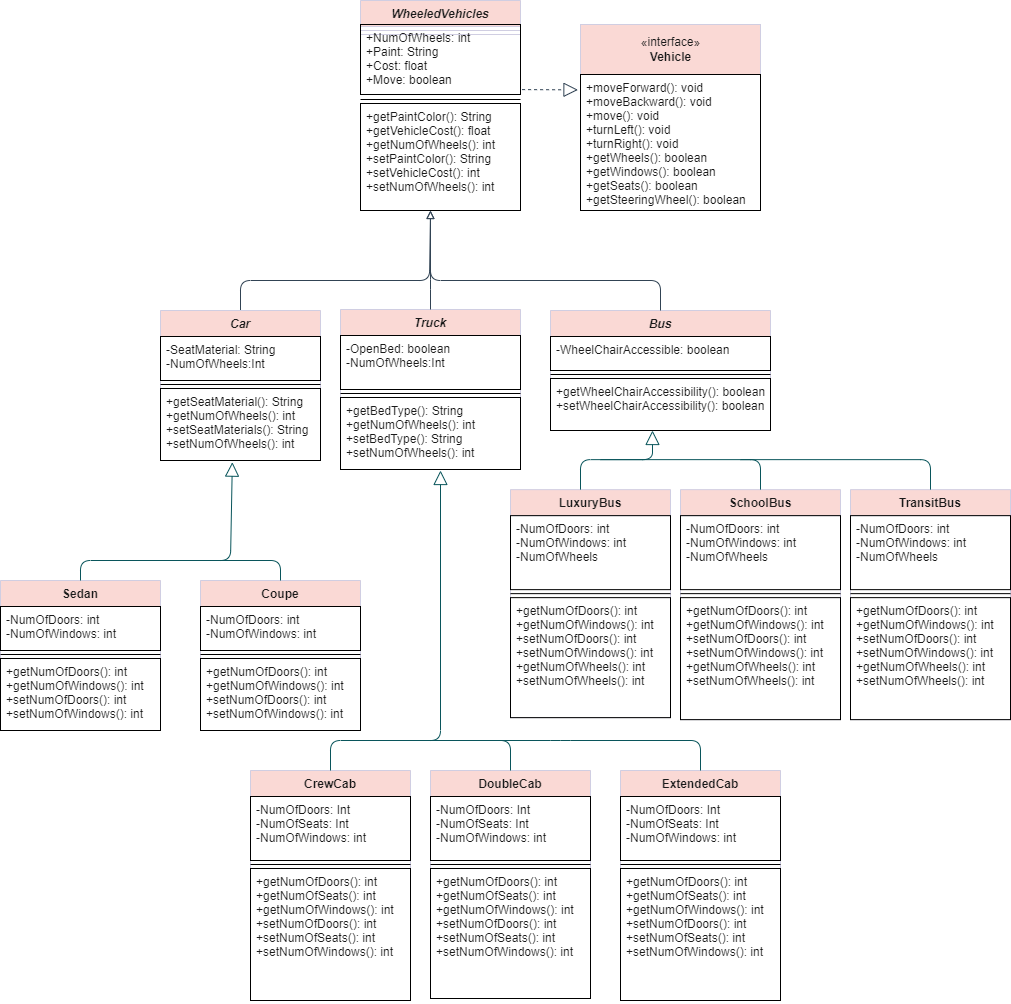
Before: oop/WheeledVehiclesClass UMLDiagram.png, a diagram exported from draw.io (c0l3yni/tekcamp). Source tidied: cells renumbered, new cells last; positions are measured from the earlier drawing's top-left corner, leaving out a move shared by most shapes.
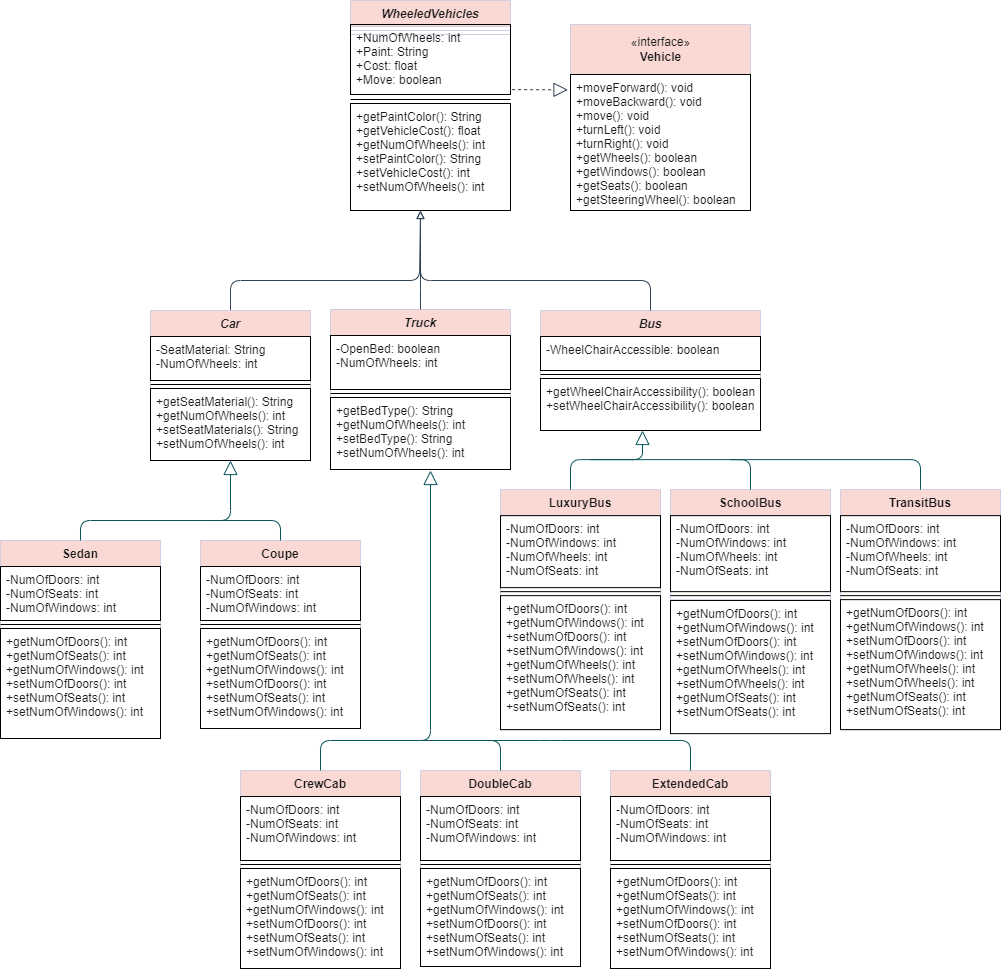
The same file after the commit.

Commit message:
rewrote all Int as int and changed box spacing

The edit, as a diff of the source:
```diff
@@ -26,7 +26,7 @@
     <mxCell id="7" value="Car" style="swimlane;fontStyle=3;align=center;verticalAlign=top;horizontal=1;startSize=26;fillColor=#FAD9D5;strokeColor=#D0CEE2;fontColor=#1A1A1A;rounded=0;" parent="1" vertex="1">
       <mxGeometry x="160" y="310" width="160" height="150" as="geometry" />
     </mxCell>
-    <mxCell id="8" value="-SeatMaterial: String&#10;-NumOfWheels:Int" style="text;strokeColor=default;fillColor=none;align=left;verticalAlign=top;spacingLeft=4;spacingRight=4;overflow=hidden;fontColor=#1A1A1A;rounded=0;" parent="7" vertex="1">
+    <mxCell id="8" value="-SeatMaterial: String&#10;-NumOfWheels: int" style="text;strokeColor=default;fillColor=none;align=left;verticalAlign=top;spacingLeft=4;spacingRight=4;overflow=hidden;fontColor=#1A1A1A;rounded=0;" parent="7" vertex="1">
       <mxGeometry y="26" width="160" height="44" as="geometry" />
     </mxCell>
     <mxCell id="9" style="line;strokeWidth=1;fillColor=none;align=left;verticalAlign=middle;spacingTop=-1;spacingLeft=3;spacingRight=3;labelPosition=right;fontColor=#1A1A1A;" parent="7" vertex="1">
@@ -38,7 +38,7 @@
     <mxCell id="11" value="Truck" style="swimlane;fontStyle=3;align=center;verticalAlign=top;horizontal=1;startSize=26;fillColor=#FAD9D5;strokeColor=#D0CEE2;fontColor=#1A1A1A;rounded=0;" parent="1" vertex="1">
       <mxGeometry x="340" y="309" width="180" height="160" as="geometry" />
     </mxCell>
-    <mxCell id="12" value="-OpenBed: boolean&#10;-NumOfWheels:Int" style="text;strokeColor=default;fillColor=none;align=left;verticalAlign=top;spacingLeft=4;spacingRight=4;overflow=hidden;fontColor=#1A1A1A;rounded=0;" parent="11" vertex="1">
+    <mxCell id="12" value="-OpenBed: boolean&#10;-NumOfWheels: int" style="text;strokeColor=default;fillColor=none;align=left;verticalAlign=top;spacingLeft=4;spacingRight=4;overflow=hidden;fontColor=#1A1A1A;rounded=0;" parent="11" vertex="1">
       <mxGeometry y="26" width="180" height="54" as="geometry" />
     </mxCell>
     <mxCell id="13" style="line;strokeWidth=1;fillColor=none;align=left;verticalAlign=middle;spacingTop=-1;spacingLeft=3;spacingRight=3;labelPosition=right;fontColor=#1A1A1A;" parent="11" vertex="1">
@@ -66,68 +66,69 @@
       </mxGeometry>
     </mxCell>
     <mxCell id="19" value="Sedan" style="swimlane;fontStyle=1;align=center;verticalAlign=top;horizontal=1;startSize=26;fontColor=#1A1A1A;strokeColor=#D0CEE2;fillColor=#FAD9D5;" parent="1" vertex="1">
-      <mxGeometry y="580" width="160" height="150" as="geometry" />
+      <mxGeometry x="10" y="540" width="160" height="198" as="geometry" />
     </mxCell>
-    <mxCell id="20" value="-NumOfDoors: int&#10;-NumOfWindows: int" style="text;strokeColor=default;fillColor=none;align=left;verticalAlign=top;spacingLeft=4;spacingRight=4;overflow=hidden;fontColor=#1A1A1A;" parent="19" vertex="1">
-      <mxGeometry y="26" width="160" height="44" as="geometry" />
+    <mxCell id="20" value="-NumOfDoors: int&#10;-NumOfSeats: int&#10;-NumOfWindows: int" style="text;strokeColor=default;fillColor=none;align=left;verticalAlign=top;spacingLeft=4;spacingRight=4;overflow=hidden;fontColor=#1A1A1A;" parent="19" vertex="1">
+      <mxGeometry y="26" width="160" height="54" as="geometry" />
     </mxCell>
     <mxCell id="21" style="line;strokeWidth=1;fillColor=none;align=left;verticalAlign=middle;spacingTop=-1;spacingLeft=3;spacingRight=3;labelPosition=right;fontColor=#1A1A1A;" parent="19" vertex="1">
-      <mxGeometry y="70" width="160" height="8" as="geometry" />
+      <mxGeometry y="80" width="160" height="8" as="geometry" />
     </mxCell>
-    <mxCell id="22" value="+getNumOfDoors(): int&#10;+getNumOfWindows(): int&#10;+setNumOfDoors(): int&#10;+setNumOfWindows(): int" style="text;strokeColor=default;fillColor=none;align=left;verticalAlign=top;spacingLeft=4;spacingRight=4;overflow=hidden;fontColor=#1A1A1A;" parent="19" vertex="1">
-      <mxGeometry y="78" width="160" height="72" as="geometry" />
+    <mxCell id="22" value="+getNumOfDoors(): int&#10;+getNumOfSeats(): int&#10;+getNumOfWindows(): int&#10;+setNumOfDoors(): int&#10;+setNumOfSeats(): int&#10;+setNumOfWindows(): int" style="text;strokeColor=default;fillColor=none;align=left;verticalAlign=top;spacingLeft=4;spacingRight=4;overflow=hidden;fontColor=#1A1A1A;" parent="19" vertex="1">
+      <mxGeometry y="88" width="160" height="110" as="geometry" />
     </mxCell>
     <mxCell id="23" value="Coupe" style="swimlane;fontStyle=1;align=center;verticalAlign=top;horizontal=1;startSize=26;fontColor=#1A1A1A;strokeColor=#D0CEE2;fillColor=#FAD9D5;" parent="1" vertex="1">
-      <mxGeometry x="200" y="580" width="160" height="150" as="geometry" />
+      <mxGeometry x="210" y="540" width="160" height="188" as="geometry" />
     </mxCell>
-    <mxCell id="24" value="-NumOfDoors: int&#10;-NumOfWindows: int" style="text;strokeColor=default;fillColor=none;align=left;verticalAlign=top;spacingLeft=4;spacingRight=4;overflow=hidden;fontColor=#1A1A1A;" parent="23" vertex="1">
-      <mxGeometry y="26" width="160" height="44" as="geometry" />
+    <mxCell id="24" value="-NumOfDoors: int&#10;-NumOfSeats: int&#10;-NumOfWindows: int" style="text;strokeColor=default;fillColor=none;align=left;verticalAlign=top;spacingLeft=4;spacingRight=4;overflow=hidden;fontColor=#1A1A1A;" parent="23" vertex="1">
+      <mxGeometry y="26" width="160" height="54" as="geometry" />
     </mxCell>
     <mxCell id="25" style="line;strokeWidth=1;fillColor=none;align=left;verticalAlign=middle;spacingTop=-1;spacingLeft=3;spacingRight=3;labelPosition=right;fontColor=#1A1A1A;" parent="23" vertex="1">
-      <mxGeometry y="70" width="160" height="8" as="geometry" />
+      <mxGeometry y="80" width="160" height="8" as="geometry" />
     </mxCell>
-    <mxCell id="26" value="+getNumOfDoors(): int&#10;+getNumOfWindows(): int&#10;+setNumOfDoors(): int&#10;+setNumOfWindows(): int" style="text;strokeColor=default;fillColor=none;align=left;verticalAlign=top;spacingLeft=4;spacingRight=4;overflow=hidden;fontColor=#1A1A1A;" parent="23" vertex="1">
-      <mxGeometry y="78" width="160" height="72" as="geometry" />
+    <mxCell id="26" value="+getNumOfDoors(): int&#10;+getNumOfSeats(): int&#10;+getNumOfWindows(): int&#10;+setNumOfDoors(): int&#10;+setNumOfSeats(): int&#10;+setNumOfWindows(): int" style="text;strokeColor=default;fillColor=none;align=left;verticalAlign=top;spacingLeft=4;spacingRight=4;overflow=hidden;fontColor=#1A1A1A;" parent="23" vertex="1">
+      <mxGeometry y="88" width="160" height="100" as="geometry" />
     </mxCell>
-    <mxCell id="27" style="endArrow=block;endFill=0;endSize=12;html=1;fontColor=#1A1A1A;strokeColor=#09555B;exitX=0.5;exitY=0;exitDx=0;exitDy=0;entryX=0.449;entryY=1.023;entryDx=0;entryDy=0;entryPerimeter=0;" parent="1" edge="1" source="19" target="10">
+    <mxCell id="27" style="endArrow=block;endFill=0;endSize=12;html=1;fontColor=#1A1A1A;strokeColor=#09555B;exitX=0.5;exitY=0;exitDx=0;exitDy=0;" parent="1" edge="1" source="19">
       <mxGeometry relative="1" as="geometry">
+        <mxPoint x="240" y="460" as="targetPoint" />
         <Array as="points">
-          <mxPoint x="80" y="560" />
-          <mxPoint x="230" y="560" />
+          <mxPoint x="90" y="520" />
+          <mxPoint x="240" y="520" />
         </Array>
       </mxGeometry>
     </mxCell>
     <mxCell id="28" style="endArrow=none;endFill=0;endSize=12;html=1;fontColor=#1A1A1A;strokeColor=#09555B;exitX=0.5;exitY=0;exitDx=0;exitDy=0;startArrow=none;startFill=0;" parent="1" edge="1" source="23">
       <mxGeometry relative="1" as="geometry">
-        <mxPoint x="210" y="560" as="targetPoint" />
+        <mxPoint x="220" y="520" as="targetPoint" />
         <Array as="points">
-          <mxPoint x="280" y="560" />
+          <mxPoint x="290" y="520" />
         </Array>
       </mxGeometry>
     </mxCell>
     <mxCell id="29" value="CrewCab" style="swimlane;fontStyle=1;align=center;verticalAlign=top;horizontal=1;startSize=26;fontColor=#1A1A1A;strokeColor=#D0CEE2;fillColor=#FAD9D5;" parent="1" vertex="1">
-      <mxGeometry x="250" y="770" width="160" height="230" as="geometry" />
+      <mxGeometry x="250" y="770" width="160" height="198" as="geometry" />
     </mxCell>
-    <mxCell id="30" value="-NumOfDoors: Int&#10;-NumOfSeats: Int&#10;-NumOfWindows: int" style="text;strokeColor=default;fillColor=none;align=left;verticalAlign=top;spacingLeft=4;spacingRight=4;overflow=hidden;fontColor=#1A1A1A;" parent="29" vertex="1">
+    <mxCell id="30" value="-NumOfDoors: int&#10;-NumOfSeats: int&#10;-NumOfWindows: int" style="text;strokeColor=default;fillColor=none;align=left;verticalAlign=top;spacingLeft=4;spacingRight=4;overflow=hidden;fontColor=#1A1A1A;" parent="29" vertex="1">
       <mxGeometry y="26" width="160" height="64" as="geometry" />
     </mxCell>
     <mxCell id="31" style="line;strokeWidth=1;fillColor=none;align=left;verticalAlign=middle;spacingTop=-1;spacingLeft=3;spacingRight=3;labelPosition=right;fontColor=#1A1A1A;" parent="29" vertex="1">
       <mxGeometry y="90" width="160" height="8" as="geometry" />
     </mxCell>
     <mxCell id="32" value="+getNumOfDoors(): int&#10;+getNumOfSeats(): int&#10;+getNumOfWindows(): int&#10;+setNumOfDoors(): int&#10;+setNumOfSeats(): int&#10;+setNumOfWindows(): int" style="text;strokeColor=default;fillColor=none;align=left;verticalAlign=top;spacingLeft=4;spacingRight=4;overflow=hidden;fontColor=#1A1A1A;" parent="29" vertex="1">
-      <mxGeometry y="98" width="160" height="132" as="geometry" />
+      <mxGeometry y="98" width="160" height="100" as="geometry" />
     </mxCell>
     <mxCell id="33" value="DoubleCab" style="swimlane;fontStyle=1;align=center;verticalAlign=top;horizontal=1;startSize=26;fontColor=#1A1A1A;strokeColor=#D0CEE2;fillColor=#FAD9D5;" parent="1" vertex="1">
-      <mxGeometry x="430" y="770" width="160" height="228" as="geometry" />
+      <mxGeometry x="430" y="770" width="160" height="196" as="geometry" />
     </mxCell>
-    <mxCell id="34" value="-NumOfDoors: Int&#10;-NumOfSeats: Int&#10;-NumOfWindows: int" style="text;strokeColor=default;fillColor=none;align=left;verticalAlign=top;spacingLeft=4;spacingRight=4;overflow=hidden;fontColor=#1A1A1A;" parent="33" vertex="1">
+    <mxCell id="34" value="-NumOfDoors: int&#10;-NumOfSeats: int&#10;-NumOfWindows: int" style="text;strokeColor=default;fillColor=none;align=left;verticalAlign=top;spacingLeft=4;spacingRight=4;overflow=hidden;fontColor=#1A1A1A;" parent="33" vertex="1">
       <mxGeometry y="26" width="160" height="64" as="geometry" />
     </mxCell>
     <mxCell id="35" style="line;strokeWidth=1;fillColor=none;align=left;verticalAlign=middle;spacingTop=-1;spacingLeft=3;spacingRight=3;labelPosition=right;fontColor=#1A1A1A;" parent="33" vertex="1">
       <mxGeometry y="90" width="160" height="8" as="geometry" />
     </mxCell>
     <mxCell id="36" value="+getNumOfDoors(): int&#10;+getNumOfSeats(): int&#10;+getNumOfWindows(): int&#10;+setNumOfDoors(): int&#10;+setNumOfSeats(): int&#10;+setNumOfWindows(): int" style="text;strokeColor=default;fillColor=none;align=left;verticalAlign=top;spacingLeft=4;spacingRight=4;overflow=hidden;fontColor=#1A1A1A;" parent="33" vertex="1">
-      <mxGeometry y="98" width="160" height="130" as="geometry" />
+      <mxGeometry y="98" width="160" height="98" as="geometry" />
     </mxCell>
     <mxCell id="37" style="endArrow=block;endFill=0;endSize=12;html=1;fontColor=#1A1A1A;strokeColor=#09555B;exitX=0.5;exitY=0;exitDx=0;exitDy=0;" parent="1" edge="1" source="29">
       <mxGeometry relative="1" as="geometry">
@@ -147,29 +148,26 @@
       </mxGeometry>
     </mxCell>
     <mxCell id="39" value="LuxuryBus" style="swimlane;fontStyle=1;align=center;verticalAlign=top;horizontal=1;startSize=26;fontColor=#1A1A1A;strokeColor=#D0CEE2;fillColor=#FAD9D5;" parent="1" vertex="1">
-      <mxGeometry x="510" y="489.1" width="160" height="228" as="geometry" />
+      <mxGeometry x="510" y="489.1" width="160" height="240" as="geometry" />
     </mxCell>
-    <mxCell id="40" value="-NumOfDoors: int&#10;-NumOfWindows: int&#10;-NumOfWheels" style="text;strokeColor=default;fillColor=none;align=left;verticalAlign=top;spacingLeft=4;spacingRight=4;overflow=hidden;fontColor=#1A1A1A;" parent="39" vertex="1">
-      <mxGeometry y="26" width="160" height="74" as="geometry" />
+    <mxCell id="40" value="-NumOfDoors: int&#10;-NumOfWindows: int&#10;-NumOfWheels: int&#10;-NumOfSeats: int" style="text;strokeColor=default;fillColor=none;align=left;verticalAlign=top;spacingLeft=4;spacingRight=4;overflow=hidden;fontColor=#1A1A1A;" parent="39" vertex="1">
+      <mxGeometry y="26" width="160" height="72" as="geometry" />
     </mxCell>
     <mxCell id="41" style="line;strokeWidth=1;fillColor=none;align=left;verticalAlign=middle;spacingTop=-1;spacingLeft=3;spacingRight=3;labelPosition=right;fontColor=#1A1A1A;" parent="39" vertex="1">
-      <mxGeometry y="100" width="160" height="8" as="geometry" />
+      <mxGeometry y="98" width="160" height="8" as="geometry" />
     </mxCell>
-    <mxCell id="42" value="+getNumOfDoors(): int&#10;+getNumOfWindows(): int&#10;+setNumOfDoors(): int&#10;+setNumOfWindows(): int&#10;+getNumOfWheels(): int&#10;+setNumOfWheels(): int" style="text;strokeColor=default;fillColor=none;align=left;verticalAlign=top;spacingLeft=4;spacingRight=4;overflow=hidden;fontColor=#1A1A1A;" parent="39" vertex="1">
-      <mxGeometry y="108" width="160" height="120" as="geometry" />
+    <mxCell id="42" value="+getNumOfDoors(): int&#10;+getNumOfWindows(): int&#10;+setNumOfDoors(): int&#10;+setNumOfWindows(): int&#10;+getNumOfWheels(): int&#10;+setNumOfWheels(): int&#10;+getNumOfSeats(): int&#10;+setNumOfSeats(): int" style="text;strokeColor=default;fillColor=none;align=left;verticalAlign=top;spacingLeft=4;spacingRight=4;overflow=hidden;fontColor=#1A1A1A;" parent="39" vertex="1">
+      <mxGeometry y="106" width="160" height="134" as="geometry" />
     </mxCell>
     <mxCell id="43" value="SchoolBus" style="swimlane;fontStyle=1;align=center;verticalAlign=top;horizontal=1;startSize=26;fontColor=#1A1A1A;strokeColor=#D0CEE2;fillColor=#FAD9D5;" parent="1" vertex="1">
-      <mxGeometry x="680" y="489.1" width="160" height="230" as="geometry" />
+      <mxGeometry x="680" y="489.1" width="160" height="110" as="geometry" />
     </mxCell>
-    <mxCell id="44" value="-NumOfDoors: int&#10;-NumOfWindows: int&#10;-NumOfWheels" style="text;strokeColor=default;fillColor=none;align=left;verticalAlign=top;spacingLeft=4;spacingRight=4;overflow=hidden;fontColor=#1A1A1A;" parent="43" vertex="1">
-      <mxGeometry y="26" width="160" height="74" as="geometry" />
+    <mxCell id="44" value="-NumOfDoors: int&#10;-NumOfWindows: int&#10;-NumOfWheels: int&#10;-NumOfSeats: int" style="text;strokeColor=default;fillColor=none;align=left;verticalAlign=top;spacingLeft=4;spacingRight=4;overflow=hidden;fontColor=#1A1A1A;" parent="43" vertex="1">
+      <mxGeometry y="26" width="160" height="76" as="geometry" />
     </mxCell>
     <mxCell id="45" style="line;strokeWidth=1;fillColor=none;align=left;verticalAlign=middle;spacingTop=-1;spacingLeft=3;spacingRight=3;labelPosition=right;fontColor=#1A1A1A;" parent="43" vertex="1">
-      <mxGeometry y="100" width="160" height="8" as="geometry" />
+      <mxGeometry y="102" width="160" height="8" as="geometry" />
     </mxCell>
-    <mxCell id="46" value="+getNumOfDoors(): int&#10;+getNumOfWindows(): int&#10;+setNumOfDoors(): int&#10;+setNumOfWindows(): int&#10;+getNumOfWheels(): int&#10;+setNumOfWheels(): int" style="text;strokeColor=default;fillColor=none;align=left;verticalAlign=top;spacingLeft=4;spacingRight=4;overflow=hidden;fontColor=#1A1A1A;" parent="43" vertex="1">
-      <mxGeometry y="108" width="160" height="122" as="geometry" />
-    </mxCell>
     <mxCell id="47" style="endArrow=block;endFill=0;endSize=12;html=1;fontColor=#1A1A1A;strokeColor=#09555B;" parent="1" edge="1">
       <mxGeometry relative="1" as="geometry">
         <mxPoint x="580" y="489.1" as="sourcePoint" />
@@ -189,16 +187,16 @@
       </mxGeometry>
     </mxCell>
     <mxCell id="49" value="ExtendedCab" style="swimlane;fontStyle=1;align=center;verticalAlign=top;horizontal=1;startSize=26;fontColor=#1A1A1A;strokeColor=#D0CEE2;fillColor=#FAD9D5;" parent="1" vertex="1">
-      <mxGeometry x="620" y="770" width="160" height="230" as="geometry" />
+      <mxGeometry x="620" y="770" width="160" height="198" as="geometry" />
     </mxCell>
-    <mxCell id="50" value="-NumOfDoors: Int&#10;-NumOfSeats: Int&#10;-NumOfWindows: int" style="text;strokeColor=default;fillColor=none;align=left;verticalAlign=top;spacingLeft=4;spacingRight=4;overflow=hidden;fontColor=#1A1A1A;" parent="49" vertex="1">
+    <mxCell id="50" value="-NumOfDoors: int&#10;-NumOfSeats: int&#10;-NumOfWindows: int" style="text;strokeColor=default;fillColor=none;align=left;verticalAlign=top;spacingLeft=4;spacingRight=4;overflow=hidden;fontColor=#1A1A1A;" parent="49" vertex="1">
       <mxGeometry y="26" width="160" height="64" as="geometry" />
     </mxCell>
     <mxCell id="51" style="line;strokeWidth=1;fillColor=none;align=left;verticalAlign=middle;spacingTop=-1;spacingLeft=3;spacingRight=3;labelPosition=right;fontColor=#1A1A1A;" parent="49" vertex="1">
       <mxGeometry y="90" width="160" height="8" as="geometry" />
     </mxCell>
     <mxCell id="52" value="+getNumOfDoors(): int&#10;+getNumOfSeats(): int&#10;+getNumOfWindows(): int&#10;+setNumOfDoors(): int&#10;+setNumOfSeats(): int&#10;+setNumOfWindows(): int" style="text;strokeColor=default;fillColor=none;align=left;verticalAlign=top;spacingLeft=4;spacingRight=4;overflow=hidden;fontColor=#1A1A1A;" parent="49" vertex="1">
-      <mxGeometry y="98" width="160" height="132" as="geometry" />
+      <mxGeometry y="98" width="160" height="100" as="geometry" />
     </mxCell>
     <mxCell id="53" style="endArrow=none;endFill=0;endSize=12;html=1;fontColor=#1A1A1A;strokeColor=#09555B;exitX=0.5;exitY=0;exitDx=0;exitDy=0;" parent="1" edge="1" source="49">
       <mxGeometry relative="1" as="geometry">
@@ -210,16 +208,16 @@
       </mxGeometry>
     </mxCell>
     <mxCell id="54" value="TransitBus" style="swimlane;fontStyle=1;align=center;verticalAlign=top;horizontal=1;startSize=26;fontColor=#1A1A1A;strokeColor=#D0CEE2;fillColor=#FAD9D5;" parent="1" vertex="1">
-      <mxGeometry x="850" y="489.1" width="160" height="230" as="geometry" />
+      <mxGeometry x="850" y="489.1" width="160" height="240" as="geometry" />
     </mxCell>
-    <mxCell id="55" value="-NumOfDoors: int&#10;-NumOfWindows: int&#10;-NumOfWheels" style="text;strokeColor=default;fillColor=none;align=left;verticalAlign=top;spacingLeft=4;spacingRight=4;overflow=hidden;fontColor=#1A1A1A;" parent="54" vertex="1">
-      <mxGeometry y="26" width="160" height="74" as="geometry" />
+    <mxCell id="55" value="-NumOfDoors: int&#10;-NumOfWindows: int&#10;-NumOfWheels: int&#10;-NumOfSeats: int" style="text;strokeColor=default;fillColor=none;align=left;verticalAlign=top;spacingLeft=4;spacingRight=4;overflow=hidden;fontColor=#1A1A1A;" parent="54" vertex="1">
+      <mxGeometry y="26" width="160" height="76" as="geometry" />
     </mxCell>
     <mxCell id="56" style="line;strokeWidth=1;fillColor=none;align=left;verticalAlign=middle;spacingTop=-1;spacingLeft=3;spacingRight=3;labelPosition=right;fontColor=#1A1A1A;" parent="54" vertex="1">
-      <mxGeometry y="100" width="160" height="8" as="geometry" />
+      <mxGeometry y="102" width="160" height="8" as="geometry" />
     </mxCell>
-    <mxCell id="57" value="+getNumOfDoors(): int&#10;+getNumOfWindows(): int&#10;+setNumOfDoors(): int&#10;+setNumOfWindows(): int&#10;+getNumOfWheels(): int&#10;+setNumOfWheels(): int" style="text;strokeColor=default;fillColor=none;align=left;verticalAlign=top;spacingLeft=4;spacingRight=4;overflow=hidden;fontColor=#1A1A1A;" parent="54" vertex="1">
-      <mxGeometry y="108" width="160" height="122" as="geometry" />
+    <mxCell id="57" value="+getNumOfDoors(): int&#10;+getNumOfWindows(): int&#10;+setNumOfDoors(): int&#10;+setNumOfWindows(): int&#10;+getNumOfWheels(): int&#10;+setNumOfWheels(): int&#10;+getNumOfSeats(): int&#10;+setNumOfSeats(): int" style="text;strokeColor=default;fillColor=none;align=left;verticalAlign=top;spacingLeft=4;spacingRight=4;overflow=hidden;fontColor=#1A1A1A;" parent="54" vertex="1">
+      <mxGeometry y="110" width="160" height="130" as="geometry" />
     </mxCell>
     <mxCell id="58" style="endArrow=none;endFill=0;endSize=12;html=1;fontColor=#1A1A1A;strokeColor=#09555B;exitX=0.5;exitY=0;exitDx=0;exitDy=0;startArrow=none;startFill=0;" parent="1" edge="1" source="54">
       <mxGeometry relative="1" as="geometry">
@@ -259,5 +257,8 @@
     <mxCell id="65" style="line;strokeWidth=1;fillColor=none;align=left;verticalAlign=middle;spacingTop=-1;spacingLeft=3;spacingRight=3;labelPosition=right;fontColor=#1A1A1A;" parent="1" vertex="1">
       <mxGeometry x="360" y="95" width="160" height="8" as="geometry" />
     </mxCell>
+    <mxCell id="66" value="+getNumOfDoors(): int&#10;+getNumOfWindows(): int&#10;+setNumOfDoors(): int&#10;+setNumOfWindows(): int&#10;+getNumOfWheels(): int&#10;+setNumOfWheels(): int&#10;+getNumOfSeats(): int&#10;+setNumOfSeats(): int" style="text;strokeColor=default;fillColor=none;align=left;verticalAlign=top;spacingLeft=4;spacingRight=4;overflow=hidden;fontColor=#1A1A1A;" parent="1" vertex="1">
+      <mxGeometry x="680" y="600" width="160" height="133.1" as="geometry" />
+    </mxCell>
   </root>
 </mxGraphModel>
```
